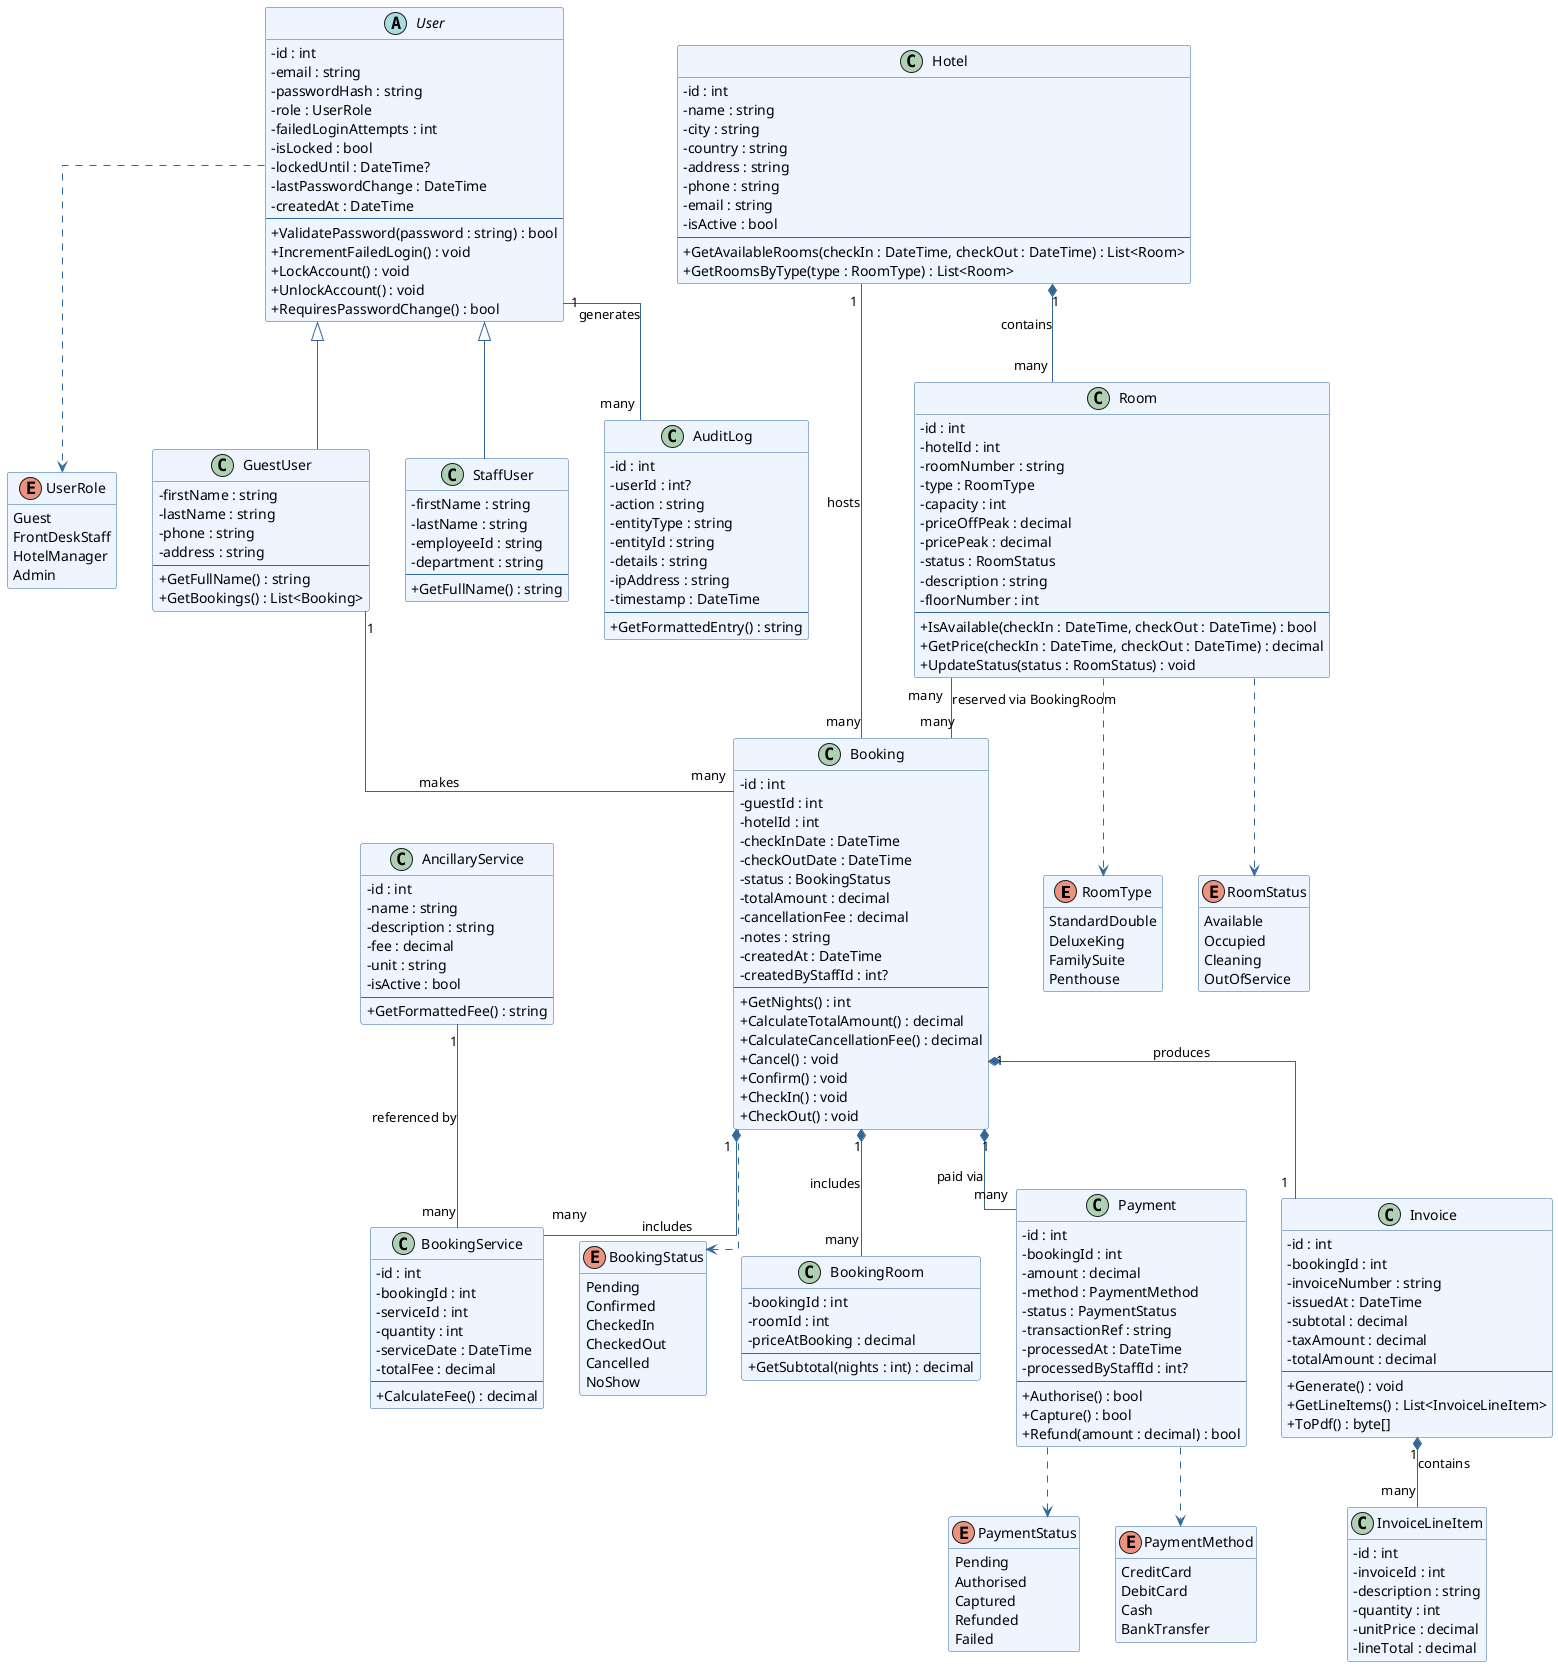
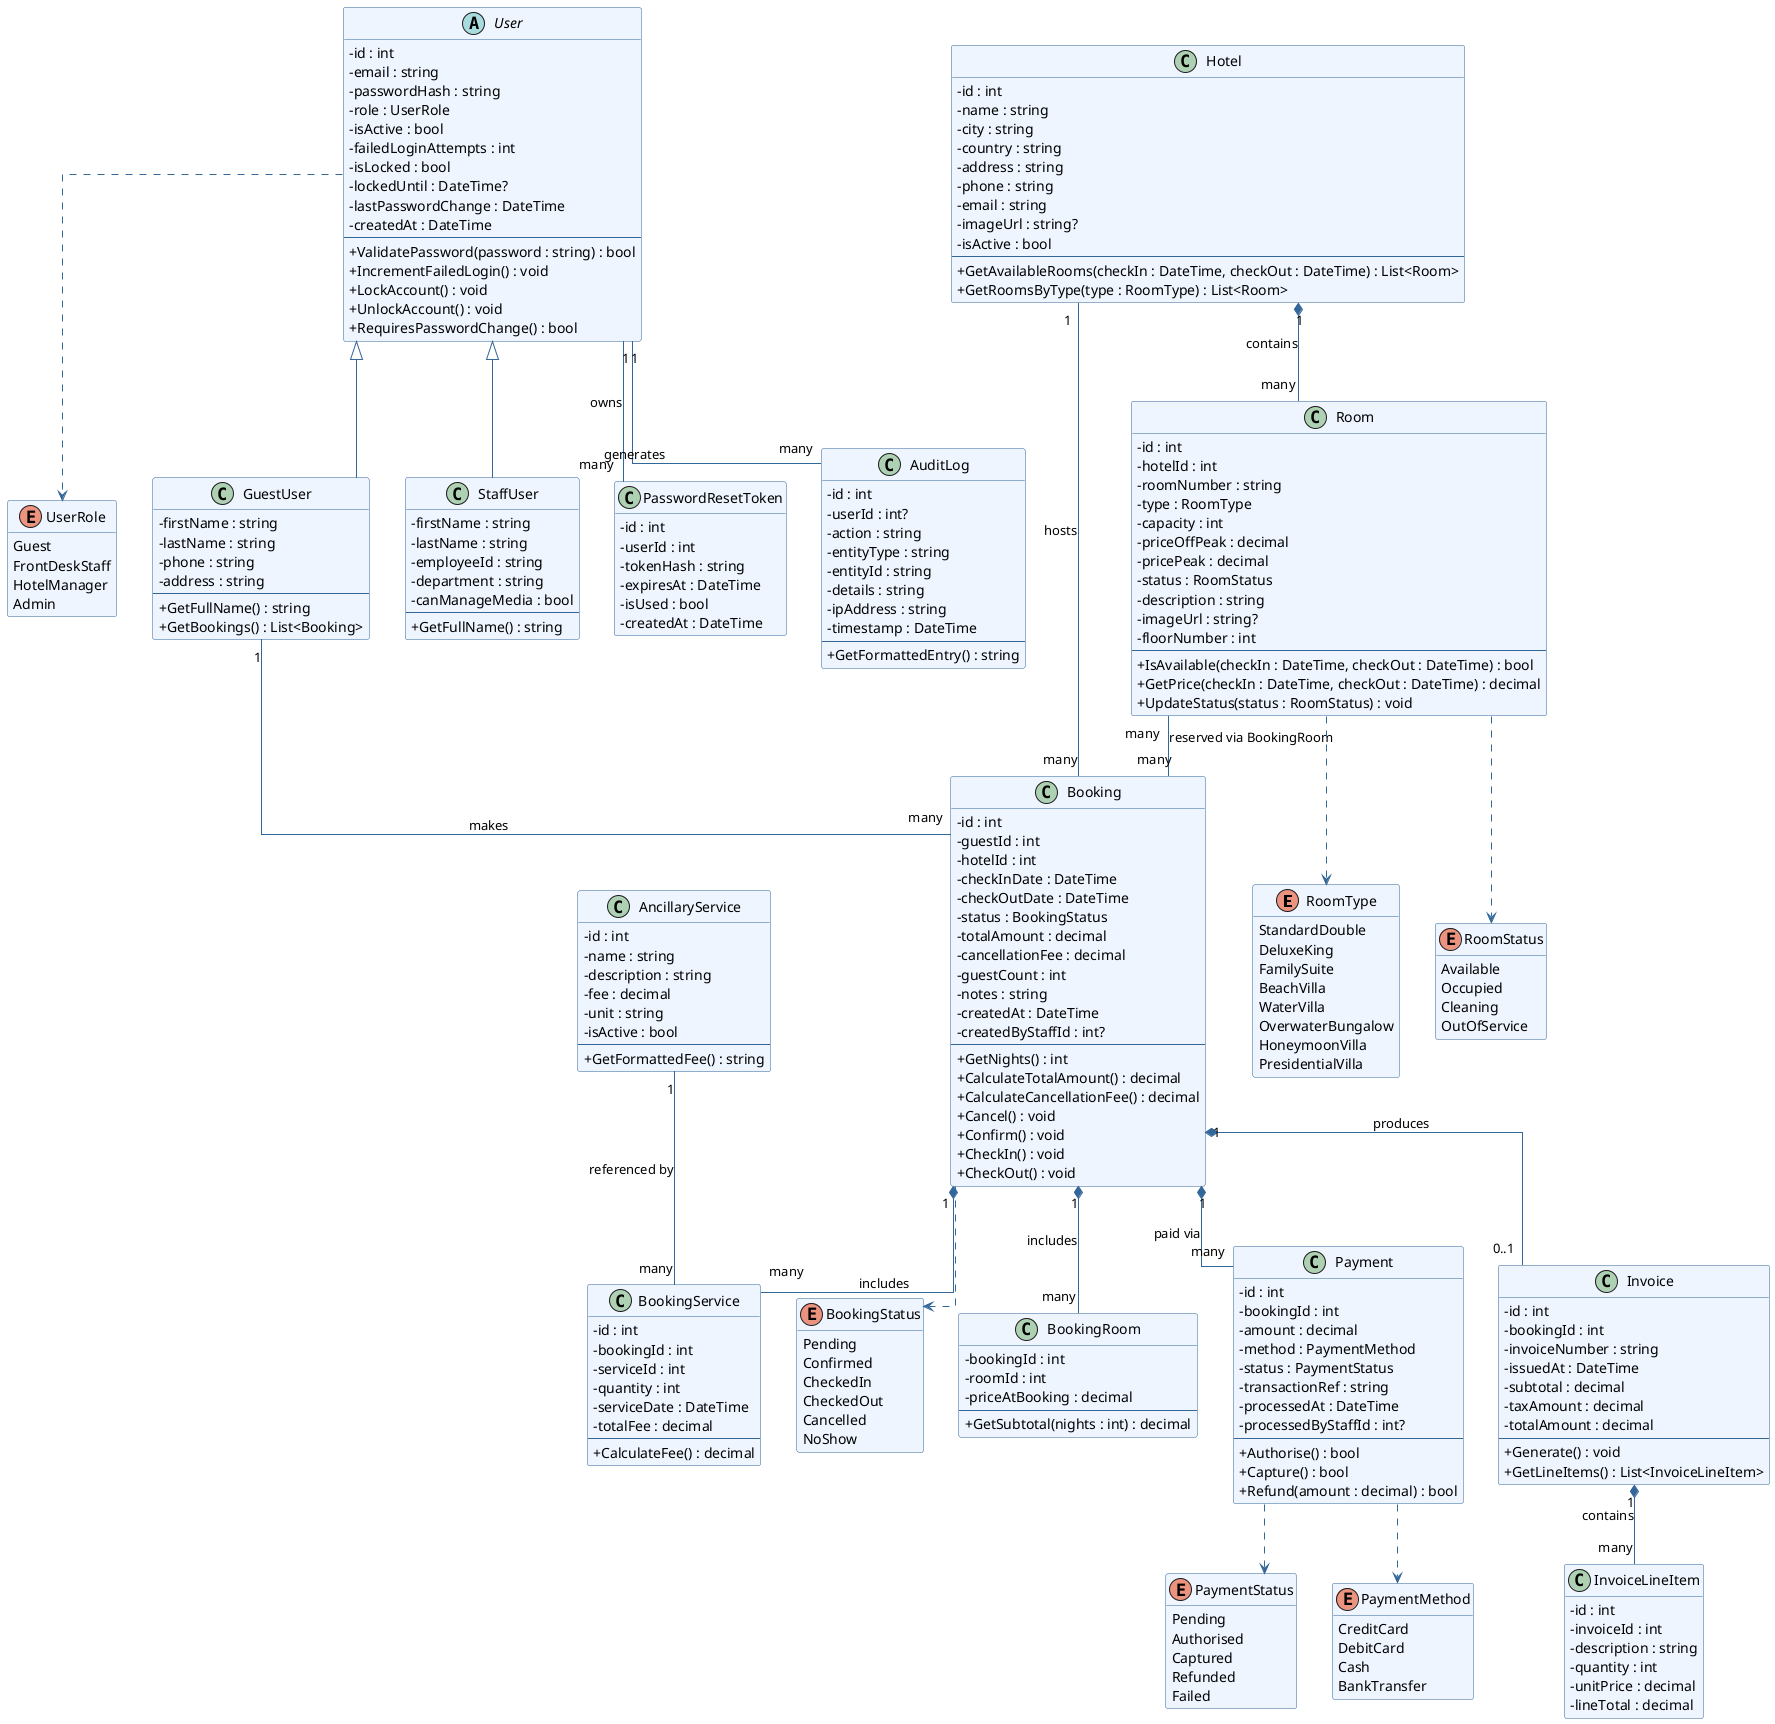
@startuml HMS_ClassDiagram
- ' Author: Aslan
+ ' Author: S2401265 Ahmed Aslan Ibrahim

skinparam classAttributeIconSize 0
skinparam class {
  BackgroundColor #EEF5FF
  BorderColor #336699
  ArrowColor #336699
}
skinparam enum {
  BackgroundColor #FFF8E7
  BorderColor #CC8800
}
skinparam linetype ortho
hide empty methods

' ═══════════════════════════════════════
' ENUMERATIONS
' ═══════════════════════════════════════

enum RoomType {
  StandardDouble
  DeluxeKing
  FamilySuite
-   Penthouse
+   BeachVilla
+   WaterVilla
+   OverwaterBungalow
+   HoneymoonVilla
+   PresidentialVilla
}

enum RoomStatus {
  Available
  Occupied
  Cleaning
  OutOfService
}

enum BookingStatus {
  Pending
  Confirmed
  CheckedIn
  CheckedOut
  Cancelled
  NoShow
}

enum UserRole {
  Guest
  FrontDeskStaff
  HotelManager
  Admin
}

enum PaymentStatus {
  Pending
  Authorised
  Captured
  Refunded
  Failed
}

enum PaymentMethod {
  CreditCard
  DebitCard
  Cash
  BankTransfer
}

' ═══════════════════════════════════════
' USER HIERARCHY
' ═══════════════════════════════════════

abstract class User {
  - id : int
  - email : string
  - passwordHash : string
  - role : UserRole
+   - isActive : bool
  - failedLoginAttempts : int
  - isLocked : bool
  - lockedUntil : DateTime?
  - lastPasswordChange : DateTime
  - createdAt : DateTime
  --
  + ValidatePassword(password : string) : bool
  + IncrementFailedLogin() : void
  + LockAccount() : void
  + UnlockAccount() : void
  + RequiresPasswordChange() : bool
}

class GuestUser {
  - firstName : string
  - lastName : string
  - phone : string
  - address : string
  --
  + GetFullName() : string
  + GetBookings() : List<Booking>
}

class StaffUser {
  - firstName : string
  - lastName : string
  - employeeId : string
  - department : string
+   - canManageMedia : bool
  --
  + GetFullName() : string
+ }
+ 
+ class PasswordResetToken {
+   - id : int
+   - userId : int
+   - tokenHash : string
+   - expiresAt : DateTime
+   - isUsed : bool
+   - createdAt : DateTime
}

User <|-- GuestUser
User <|-- StaffUser
+ User "1" -- "many" PasswordResetToken : owns

' ═══════════════════════════════════════
' HOTEL & ROOM
' ═══════════════════════════════════════

class Hotel {
  - id : int
  - name : string
  - city : string
  - country : string
  - address : string
  - phone : string
  - email : string
+   - imageUrl : string?
  - isActive : bool
  --
  + GetAvailableRooms(checkIn : DateTime, checkOut : DateTime) : List<Room>
  + GetRoomsByType(type : RoomType) : List<Room>
}

class Room {
  - id : int
  - hotelId : int
  - roomNumber : string
  - type : RoomType
  - capacity : int
  - priceOffPeak : decimal
  - pricePeak : decimal
  - status : RoomStatus
  - description : string
+   - imageUrl : string?
  - floorNumber : int
  --
  + IsAvailable(checkIn : DateTime, checkOut : DateTime) : bool
  + GetPrice(checkIn : DateTime, checkOut : DateTime) : decimal
  + UpdateStatus(status : RoomStatus) : void
}

Hotel "1" *-- "many" Room : contains

' ═══════════════════════════════════════
' BOOKING
' ═══════════════════════════════════════

class Booking {
  - id : int
  - guestId : int
  - hotelId : int
  - checkInDate : DateTime
  - checkOutDate : DateTime
  - status : BookingStatus
  - totalAmount : decimal
  - cancellationFee : decimal
+   - guestCount : int
  - notes : string
  - createdAt : DateTime
  - createdByStaffId : int?
  --
  + GetNights() : int
  + CalculateTotalAmount() : decimal
  + CalculateCancellationFee() : decimal
  + Cancel() : void
  + Confirm() : void
  + CheckIn() : void
  + CheckOut() : void
}

class BookingRoom {
  - bookingId : int
  - roomId : int
  - priceAtBooking : decimal
  --
  + GetSubtotal(nights : int) : decimal
}

class BookingService {
  - id : int
  - bookingId : int
  - serviceId : int
  - quantity : int
  - serviceDate : DateTime
  - totalFee : decimal
  --
  + CalculateFee() : decimal
}

GuestUser "1" -- "many" Booking : makes
Hotel "1" -- "many" Booking : hosts
Booking "1" *-- "many" BookingRoom : includes
Booking "1" *-- "many" BookingService : includes

' ═══════════════════════════════════════
' ANCILLARY SERVICES
' ═══════════════════════════════════════

class AncillaryService {
  - id : int
  - name : string
  - description : string
  - fee : decimal
  - unit : string
  - isActive : bool
  --
  + GetFormattedFee() : string
}

Room "many" -- "many" Booking : reserved via BookingRoom
AncillaryService "1" -- "many" BookingService : referenced by

' ═══════════════════════════════════════
' PAYMENT & INVOICE
' ═══════════════════════════════════════

class Payment {
  - id : int
  - bookingId : int
  - amount : decimal
  - method : PaymentMethod
  - status : PaymentStatus
  - transactionRef : string
  - processedAt : DateTime
  - processedByStaffId : int?
  --
  + Authorise() : bool
  + Capture() : bool
  + Refund(amount : decimal) : bool
}

class Invoice {
  - id : int
  - bookingId : int
  - invoiceNumber : string
  - issuedAt : DateTime
  - subtotal : decimal
  - taxAmount : decimal
  - totalAmount : decimal
  --
  + Generate() : void
  + GetLineItems() : List<InvoiceLineItem>
-   + ToPdf() : byte[]
}

class InvoiceLineItem {
  - id : int
  - invoiceId : int
  - description : string
  - quantity : int
  - unitPrice : decimal
  - lineTotal : decimal
}

Booking "1" *-- "many" Payment : paid via
- Booking "1" *-- "1" Invoice : produces
+ Booking "1" *-- "0..1" Invoice : produces
Invoice "1" *-- "many" InvoiceLineItem : contains

' ═══════════════════════════════════════
' AUDIT LOG
' ═══════════════════════════════════════

class AuditLog {
  - id : int
  - userId : int?
  - action : string
  - entityType : string
  - entityId : string
  - details : string
  - ipAddress : string
  - timestamp : DateTime
  --
  + GetFormattedEntry() : string
}

User "1" -- "many" AuditLog : generates

' ═══════════════════════════════════════
' ENUMS USED BY CLASSES
' ═══════════════════════════════════════

Room ..> RoomType
Room ..> RoomStatus
Booking ..> BookingStatus
User ..> UserRole
Payment ..> PaymentStatus
Payment ..> PaymentMethod

@enduml
